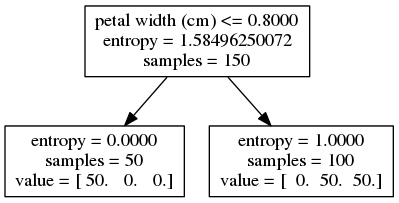
The Graphviz diagram 2014_10_15_DecisionTreeWorkshop/tree_d1.png in TheGrimmScientist/SlidesFromTalks, before a commit. Its source is kept beside it as 2014_10_15_DecisionTreeWorkshop/tree_d1.dot.
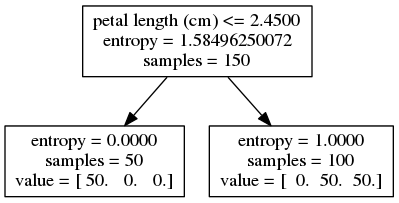
After the commit.

Diff of the diagram source:
```diff
@@ -1,5 +1,5 @@
 digraph Tree {
-0 [label="petal width (cm) <= 0.8000\nentropy = 1.58496250072\nsamples = 150", shape="box"] ;
+0 [label="petal length (cm) <= 2.4500\nentropy = 1.58496250072\nsamples = 150", shape="box"] ;
 1 [label="entropy = 0.0000\nsamples = 50\nvalue = [ 50.   0.   0.]", shape="box"] ;
 0 -> 1 ;
 2 [label="entropy = 1.0000\nsamples = 100\nvalue = [  0.  50.  50.]", shape="box"] ;
```
